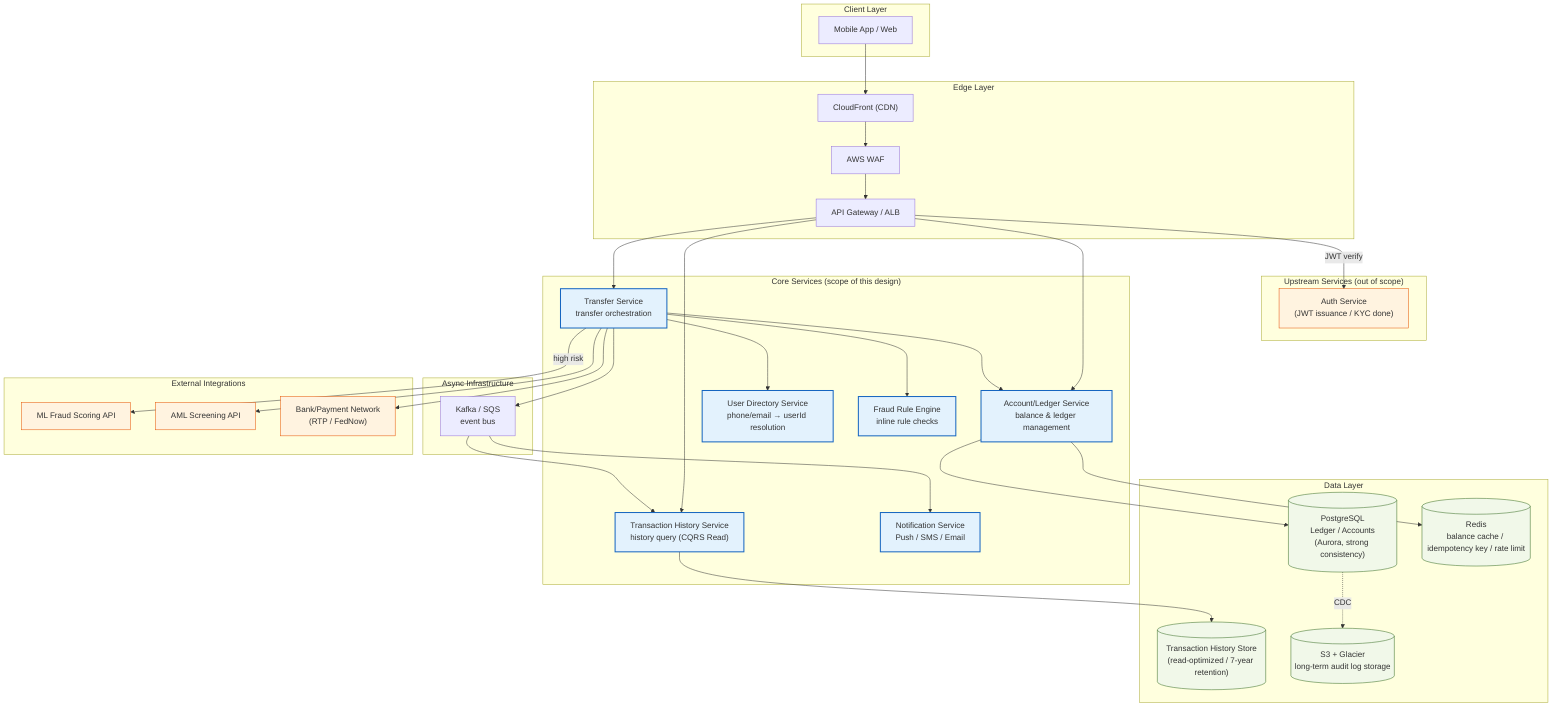
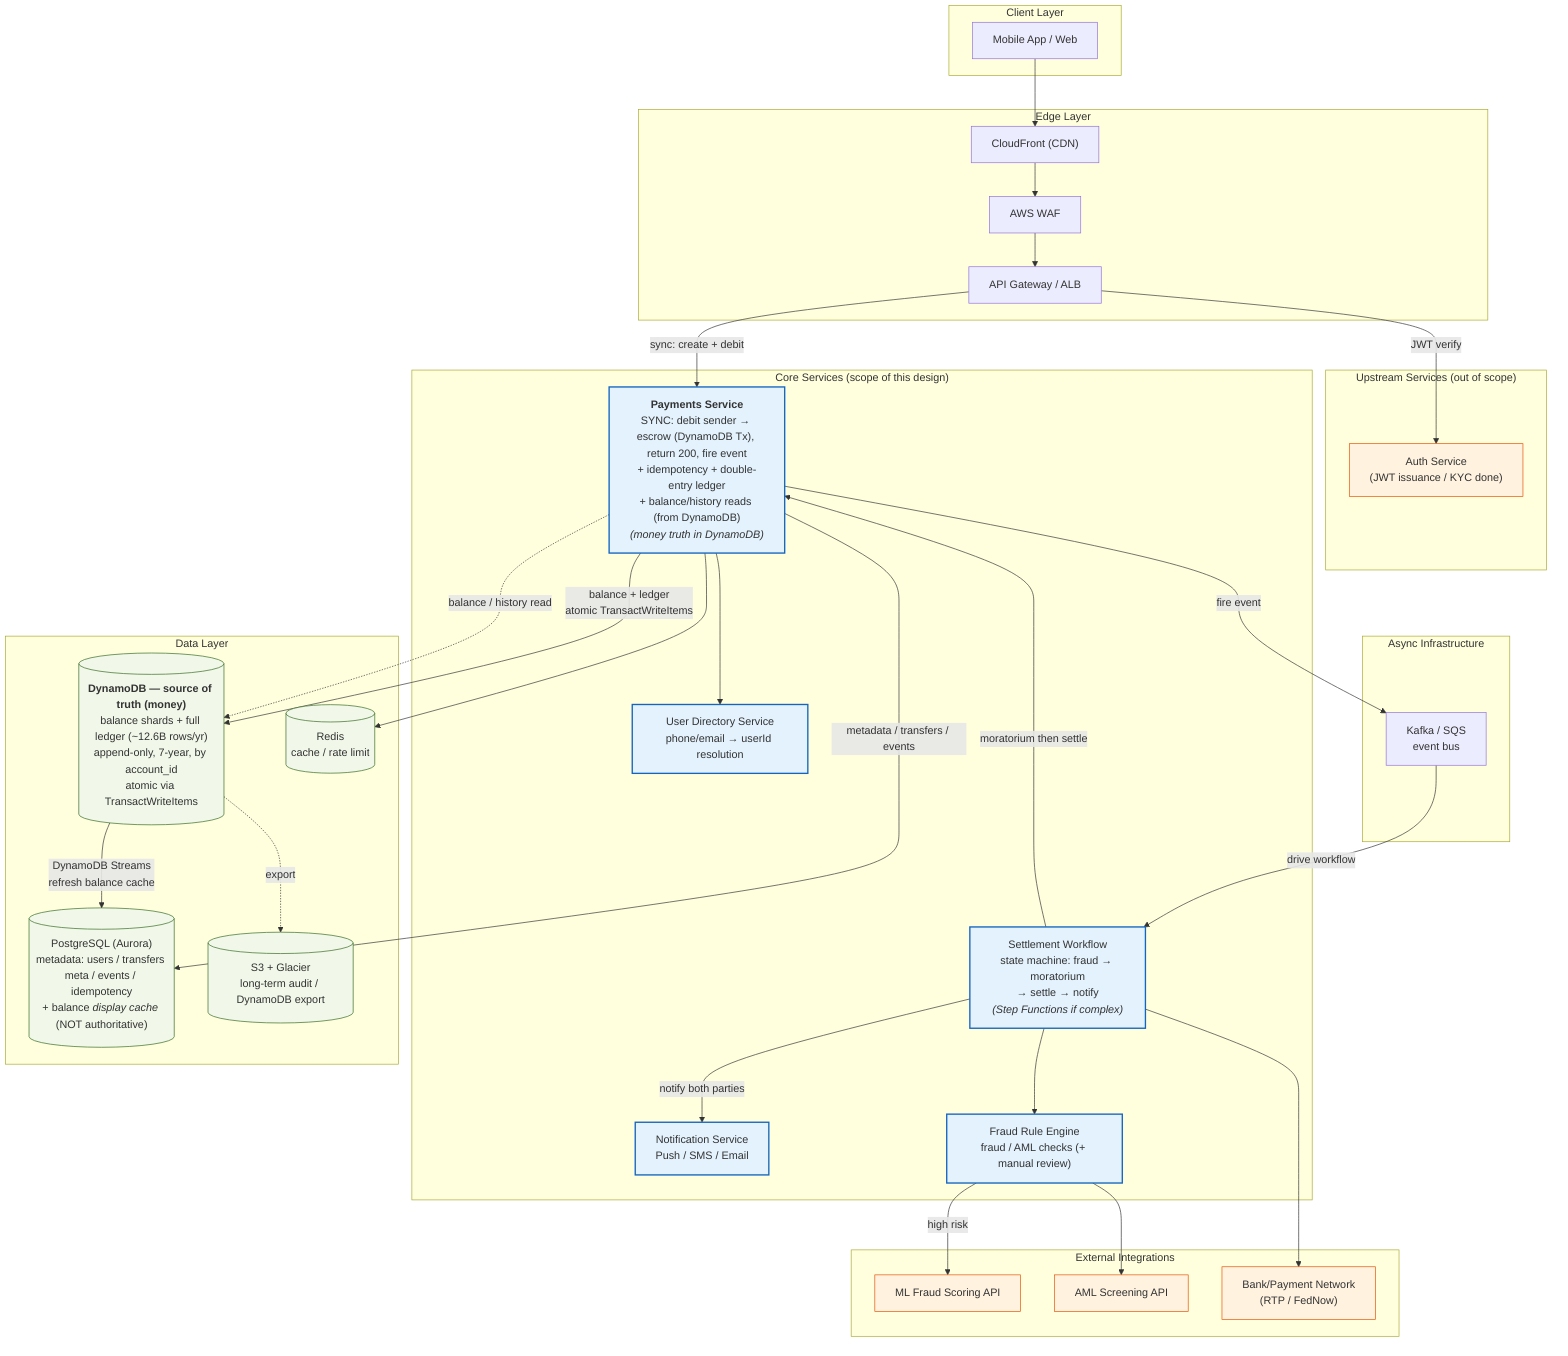
graph TB
    subgraph Client["Client Layer"]
        MOBILE["Mobile App / Web"]
    end

    subgraph Edge["Edge Layer"]
        CDN["CloudFront (CDN)"]
        WAF["AWS WAF"]
        APIGW["API Gateway / ALB"]
    end

    subgraph Upstream["Upstream Services (out of scope)"]
        AUTH["Auth Service<br/>(JWT issuance / KYC done)"]
    end

    subgraph Core["Core Services (scope of this design)"]
-         TRANSFER["Transfer Service<br/>transfer orchestration"]
-         ACCOUNT["Account/Ledger Service<br/>balance & ledger management"]
+         PAYMENTS["<b>Payments Service</b><br/>SYNC: debit sender → escrow (DynamoDB Tx), return 200, fire event<br/>+ idempotency + double-entry ledger<br/>+ balance/history reads (from DynamoDB)<br/><i>(money truth in DynamoDB)</i>"]
+         WF["Settlement Workflow<br/>state machine: fraud → moratorium<br/>→ settle → notify<br/><i>(Step Functions if complex)</i>"]
        USER["User Directory Service<br/>phone/email → userId resolution"]
-         TXHIST["Transaction History Service<br/>history query (CQRS Read)"]
        NOTIFY["Notification Service<br/>Push / SMS / Email"]
-         FRAUD["Fraud Rule Engine<br/>inline rule checks"]
+         FRAUD["Fraud Rule Engine<br/>fraud / AML checks (+ manual review)"]
    end

    subgraph Async["Async Infrastructure"]
        MQ["Kafka / SQS<br/>event bus"]
    end

    subgraph Data["Data Layer"]
-         LEDGERDB[("PostgreSQL<br/>Ledger / Accounts<br/>(Aurora, strong consistency)")]
-         TXDB[("Transaction History Store<br/>(read-optimized / 7-year retention)")]
-         CACHE[("Redis<br/>balance cache / idempotency key / rate limit")]
-         ARCHIVE[("S3 + Glacier<br/>long-term audit log storage")]
+         DDB[("<b>DynamoDB — source of truth (money)</b><br/>balance shards + full ledger (~12.6B rows/yr)<br/>append-only, 7-year, by account_id<br/>atomic via TransactWriteItems")]
+         LEDGERDB[("PostgreSQL (Aurora)<br/>metadata: users / transfers meta / events / idempotency<br/>+ balance <i>display cache</i> (NOT authoritative)")]
+         CACHE[("Redis<br/>cache / rate limit")]
+         ARCHIVE[("S3 + Glacier<br/>long-term audit / DynamoDB export")]
    end

    subgraph External["External Integrations"]
        ML["ML Fraud Scoring API"]
        AML["AML Screening API"]
        BANK["Bank/Payment Network<br/>(RTP / FedNow)"]
    end

    MOBILE --> CDN --> WAF --> APIGW
    APIGW -->|JWT verify| AUTH
-     APIGW --> TRANSFER
-     APIGW --> TXHIST
-     APIGW --> ACCOUNT
+     APIGW -->|sync: create + debit| PAYMENTS

-     TRANSFER --> USER
-     TRANSFER --> FRAUD
-     TRANSFER --> ACCOUNT
-     TRANSFER -->|high risk| ML
-     TRANSFER --> AML
-     TRANSFER --> BANK
-     TRANSFER --> MQ
+     PAYMENTS --> USER
+     PAYMENTS --> CACHE
+     PAYMENTS -->|balance + ledger<br/>atomic TransactWriteItems| DDB
+     PAYMENTS -.balance / history read.-> DDB
+     PAYMENTS -->|metadata / transfers / events| LEDGERDB
+     PAYMENTS -->|fire event| MQ

-     ACCOUNT --> LEDGERDB
-     ACCOUNT --> CACHE
-     MQ --> TXHIST
-     MQ --> NOTIFY
-     TXHIST --> TXDB
-     LEDGERDB -.CDC.-> ARCHIVE
+     MQ -->|drive workflow| WF
+     WF --> FRAUD
+     WF -->|moratorium then settle| PAYMENTS
+     WF --> BANK
+     WF -->|notify both parties| NOTIFY
+ 
+     FRAUD -->|high risk| ML
+     FRAUD --> AML
+ 
+     DDB -->|DynamoDB Streams<br/>refresh balance cache| LEDGERDB
+     DDB -.export.-> ARCHIVE

    classDef scope fill:#e3f2fd,stroke:#1565c0,stroke-width:2px;
    classDef ext fill:#fff3e0,stroke:#e65100,stroke-width:1px;
    classDef data fill:#f1f8e9,stroke:#33691e,stroke-width:1px;
-     class TRANSFER,ACCOUNT,USER,TXHIST,NOTIFY,FRAUD scope;
+     class PAYMENTS,WF,USER,NOTIFY,FRAUD scope;
    class ML,AML,BANK,AUTH ext;
-     class LEDGERDB,TXDB,CACHE,ARCHIVE data;
+     class DDB,LEDGERDB,CACHE,ARCHIVE data;
